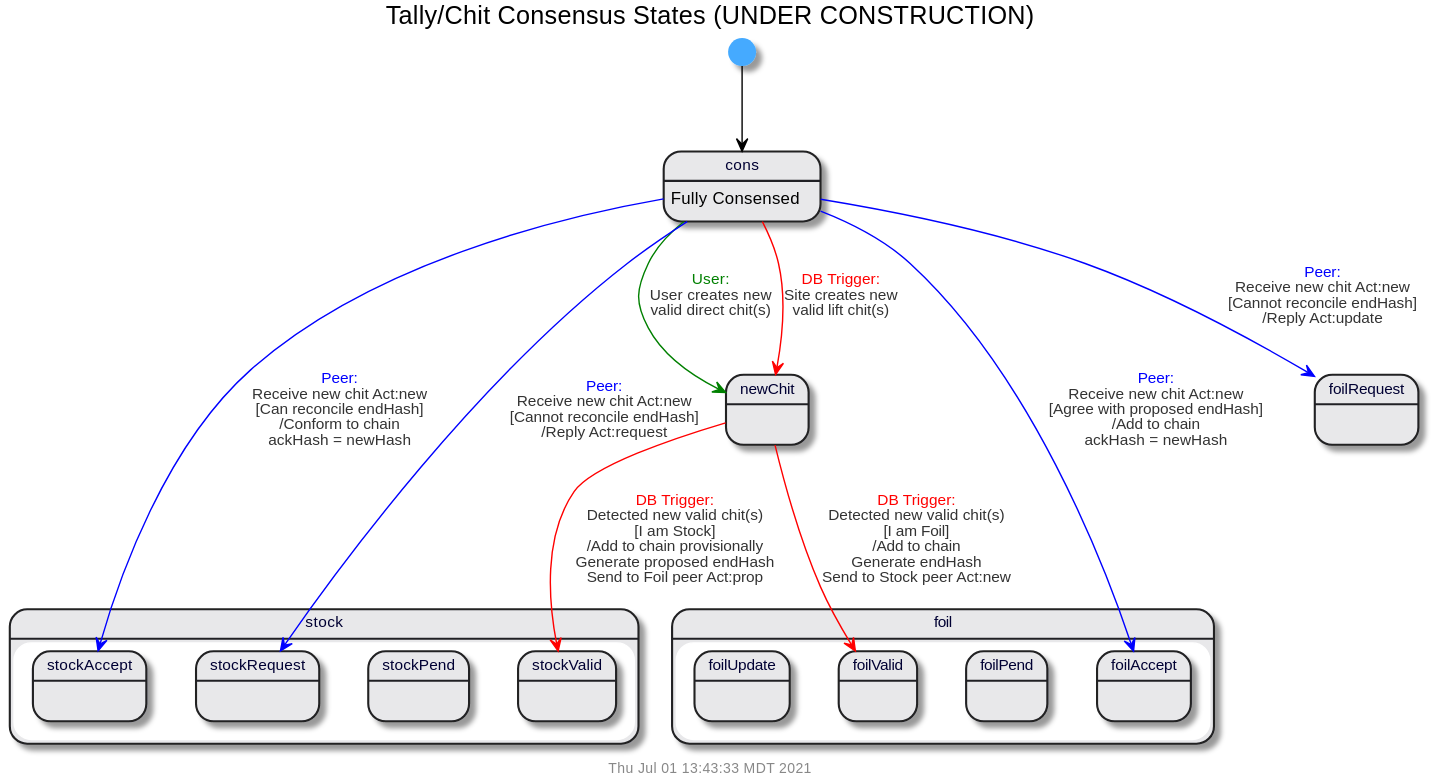
Above: doc/uml/state-cons.svg in gotchoices/MyCHIPs (PlantUML), before the change. Its diagram source:
```plantuml
@startuml
!include common.puml

$title(Tally/Chit Consensus States (UNDER CONSTRUCTION))
[*] --> cons
cons: Fully Consensed

state stock {
  stockValid:
  stockPend:
  stockAccept:
  stockRequest:
}
state foil {
  foilValid:
  foilPend:
  foilAccept:
  foilUpdate:
}

cons -[$user]-> newChit: $trans($user, User creates new\nvalid direct chit(s),'')
cons -[$db]-> newChit: $trans($db, Site creates new\nvalid lift chit(s),'')

newChit -[$db]-> foilValid: $trans($db,Detected new valid chit(s),'I am Foil', 'Add to chain\nGenerate endHash\nSend to Stock peer Act:new')
newChit -[$db]-> stockValid: $trans($db,Detected new valid chit(s),'I am Stock', 'Add to chain provisionally\nGenerate proposed endHash\nSend to Foil peer Act:prop')

cons -[$peer]-> stockAccept: $trans($peer,Receive new chit Act:new,'Can reconcile endHash', 'Conform to chain\nackHash = newHash')
cons -[$peer]-> stockRequest: $trans($peer,Receive new chit Act:new,'Cannot reconcile endHash', 'Reply Act:request')

cons -[$peer]-> foilAccept: $trans($peer,Receive new chit Act:new,'Agree with proposed endHash', 'Add to chain\nackHash = newHash')
cons -[$peer]-> foilRequest: $trans($peer,Receive new chit Act:new,'Cannot reconcile endHash', 'Reply Act:update')





@enduml
```
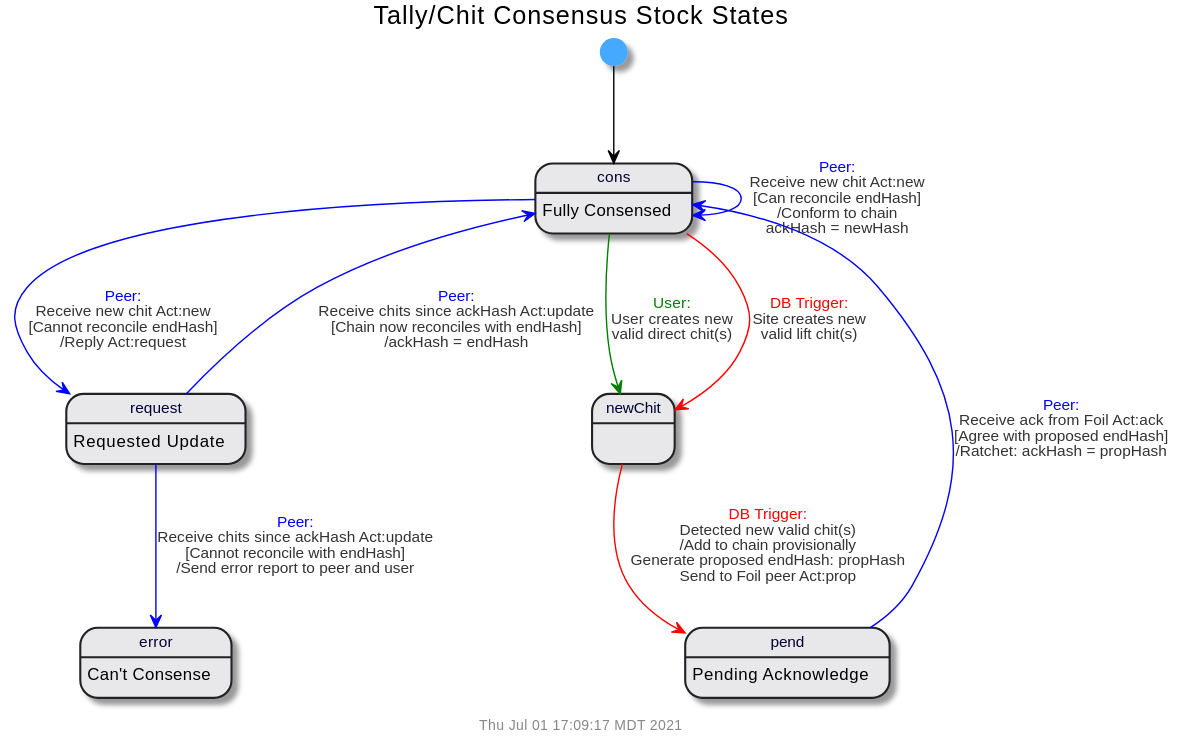
Later version of the same file.

Change to the diagram source:
```diff
@@ -1,37 +1,25 @@
 @startuml
 !include common.puml
 
-$title(Tally/Chit Consensus States (UNDER CONSTRUCTION))
+$title(Tally/Chit Consensus Stock States)
 [*] --> cons
 cons: Fully Consensed
+error: Can't Consense
+pend: Pending Acknowledge
+request: Requested Update
 
-state stock {
-  stockValid:
-  stockPend:
-  stockAccept:
-  stockRequest:
-}
-state foil {
-  foilValid:
-  foilPend:
-  foilAccept:
-  foilUpdate:
-}
 
 cons -[$user]-> newChit: $trans($user, User creates new\nvalid direct chit(s),'')
 cons -[$db]-> newChit: $trans($db, Site creates new\nvalid lift chit(s),'')
 
-newChit -[$db]-> foilValid: $trans($db,Detected new valid chit(s),'I am Foil', 'Add to chain\nGenerate endHash\nSend to Stock peer Act:new')
-newChit -[$db]-> stockValid: $trans($db,Detected new valid chit(s),'I am Stock', 'Add to chain provisionally\nGenerate proposed endHash\nSend to Foil peer Act:prop')
+newChit -[$db]-> pend: $trans($db,Detected new valid chit(s),'', 'Add to chain provisionally\nGenerate proposed endHash: propHash\nSend to Foil peer Act:prop')
 
-cons -[$peer]-> stockAccept: $trans($peer,Receive new chit Act:new,'Can reconcile endHash', 'Conform to chain\nackHash = newHash')
-cons -[$peer]-> stockRequest: $trans($peer,Receive new chit Act:new,'Cannot reconcile endHash', 'Reply Act:request')
+cons -[$peer]-> cons: $trans($peer,Receive new chit Act:new,'Can reconcile endHash', 'Conform to chain\nackHash = newHash')
+cons -[$peer]-> request: $trans($peer,Receive new chit Act:new,'Cannot reconcile endHash', 'Reply Act:request')
 
-cons -[$peer]-> foilAccept: $trans($peer,Receive new chit Act:new,'Agree with proposed endHash', 'Add to chain\nackHash = newHash')
-cons -[$peer]-> foilRequest: $trans($peer,Receive new chit Act:new,'Cannot reconcile endHash', 'Reply Act:update')
+request -[$peer]-> cons: $trans($peer,Receive chits since ackHash Act:update,'Chain now reconciles with endHash', 'ackHash = endHash')
+request -[$peer]-> error: $trans($peer,Receive chits since ackHash Act:update,'Cannot reconcile with endHash', 'Send error report to peer and user')
 
-
-
-
+pend -[$peer]-> cons: $trans($peer,Receive ack from Foil Act:ack,'Agree with proposed endHash', 'Ratchet: ackHash = propHash')
 
 @enduml
```
